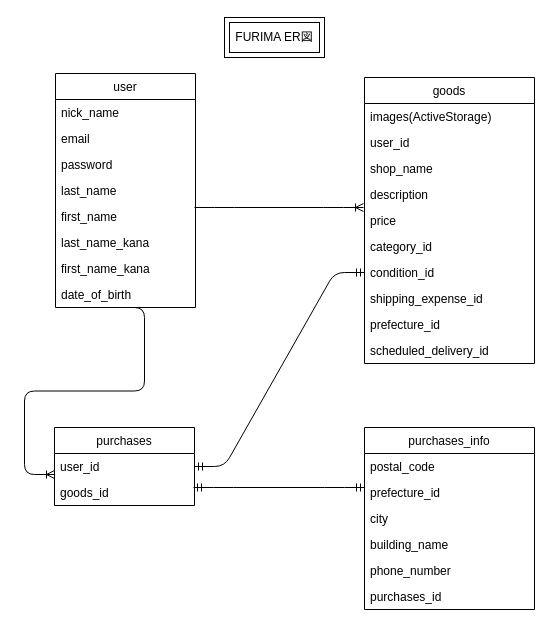
Earlier version of the draw.io diagram page "ページ1" (1 of 2) of public/frima.dio (kazuhikosuzuki/furima-31179). Source tidied: cells renumbered, new cells numbered last; positions are measured from the earlier drawing's top-left corner, leaving out a move shared by most shapes. Both pictures are drawn from the tidied source at 100%, with x=0, y=0 at pixel (54, 17).
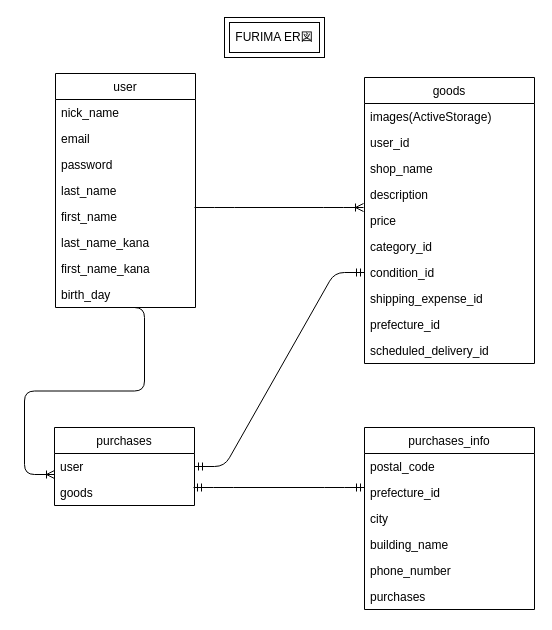
After the change.

Commit message (it also covers changes not shown here):
カラム名の修正

Unchanged cells that the change refers to:
```xml
<mxCell id="2" value="user" style="swimlane;fontStyle=0;horizontal=1;startSize=26;fillColor=none;" parent="1" vertex="1">
  <mxGeometry x="1" y="56" width="140" height="234" as="geometry" />
</mxCell>
<mxCell id="24" value="purchases" style="swimlane;fontStyle=0;horizontal=1;startSize=26;fillColor=none;" parent="1" vertex="1">
  <mxGeometry y="410" width="140" height="78" as="geometry" />
</mxCell>
<mxCell id="28" value="purchases_info" style="swimlane;fontStyle=0;horizontal=1;startSize=26;fillColor=none;" parent="1" vertex="1">
  <mxGeometry x="310" y="410" width="170" height="182" as="geometry" />
</mxCell>
```

Change to the diagram source:
```diff
@@
-    <mxCell id="10" value="date_of_birth" style="text;strokeColor=none;fillColor=none;align=left;verticalAlign=top;spacingLeft=4;spacingRight=4;overflow=hidden;" parent="2" vertex="1">
+    <mxCell id="10" value="birth_day" style="text;strokeColor=none;fillColor=none;align=left;verticalAlign=top;spacingLeft=4;spacingRight=4;overflow=hidden;" parent="2" vertex="1">
       <mxGeometry y="208" width="140" height="26" as="geometry" />
     </mxCell>
@@
-    <mxCell id="25" value="user_id" style="text;strokeColor=none;fillColor=none;align=left;verticalAlign=top;spacingLeft=4;spacingRight=4;overflow=hidden;points=[[0,0.5],[1,0.5]];portConstraint=eastwest;" parent="24" vertex="1">
+    <mxCell id="25" value="user" style="text;strokeColor=none;fillColor=none;align=left;verticalAlign=top;spacingLeft=4;spacingRight=4;overflow=hidden;points=[[0,0.5],[1,0.5]];portConstraint=eastwest;" parent="24" vertex="1">
       <mxGeometry y="26" width="140" height="26" as="geometry" />
     </mxCell>
-    <mxCell id="26" value="goods_id" style="text;strokeColor=none;fillColor=none;align=left;verticalAlign=top;spacingLeft=4;spacingRight=4;overflow=hidden;" parent="24" vertex="1">
+    <mxCell id="26" value="goods" style="text;strokeColor=none;fillColor=none;align=left;verticalAlign=top;spacingLeft=4;spacingRight=4;overflow=hidden;" parent="24" vertex="1">
       <mxGeometry y="52" width="140" height="26" as="geometry" />
     </mxCell>
@@
-    <mxCell id="34" value="purchases_id" style="text;strokeColor=none;fillColor=none;align=left;verticalAlign=top;spacingLeft=4;spacingRight=4;overflow=hidden;" parent="28" vertex="1">
+    <mxCell id="34" value="purchases" style="text;strokeColor=none;fillColor=none;align=left;verticalAlign=top;spacingLeft=4;spacingRight=4;overflow=hidden;" parent="28" vertex="1">
       <mxGeometry y="156" width="170" height="26" as="geometry" />
     </mxCell>
```
